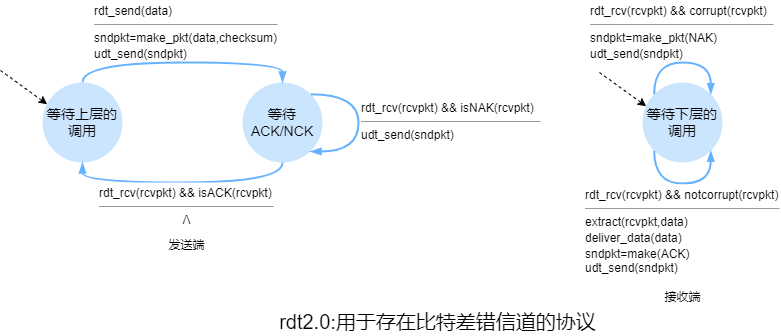
This is compute-networking/img/compute-networking_21.png from an-die-freude/computer-network-note, a draw.io export, as it was before one commit. Source tidied: cells renumbered, new cells last; positions are measured from the earlier drawing's top-left corner, leaving out a move shared by most shapes.
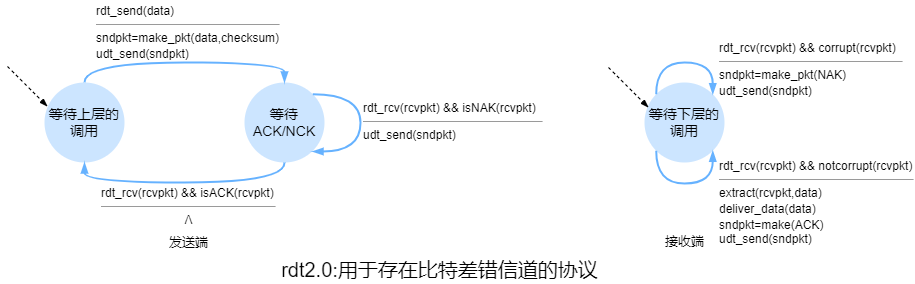
The same file after the commit.

Commit message:
compute networking

Change to the diagram source:
```diff
@@ -23,33 +23,21 @@
         </Array>
       </mxGeometry>
     </mxCell>
-    <mxCell id="7" value="&lt;p style=&quot;margin: 4px 0px 0px;&quot;&gt;rdt_rcv(rcvpkt) &amp;amp;&amp;amp; isACK(rcvpkt)&lt;/p&gt;&lt;hr size=&quot;1&quot;&gt;&lt;div style=&quot;text-align: center; height: 2px;&quot;&gt;Λ&lt;br&gt;&lt;/div&gt;" style="verticalAlign=top;align=left;overflow=fill;fontSize=12;fontFamily=Helvetica;html=1;strokeColor=none;" parent="1" vertex="1">
+    <mxCell id="7" value="&lt;p style=&quot;margin: 4px 0px 0px;&quot;&gt;rdt_rcv(rcvpkt) &amp;amp;&amp;amp; isACK(rcvpkt)&lt;/p&gt;&lt;hr size=&quot;1&quot;&gt;&lt;div style=&quot;text-align: center; height: 2px;&quot;&gt;Λ&lt;br&gt;&lt;/div&gt;" style="verticalAlign=top;align=left;overflow=fill;fontSize=12;fontFamily=Helvetica;html=1;strokeColor=none;fillColor=none;" parent="1" vertex="1">
       <mxGeometry x="98.5" y="182" width="175" height="50" as="geometry" />
     </mxCell>
-    <mxCell id="8" value="&lt;p style=&quot;margin: 4px 0px 0px;&quot;&gt;rdt_rcv(rcvpkt) &amp;amp;&amp;amp; isNAK(rcvpkt)&lt;/p&gt;&lt;hr size=&quot;1&quot;&gt;&lt;div style=&quot;height:2px;&quot;&gt;udt_send(sndpkt)&lt;/div&gt;" style="verticalAlign=top;align=left;overflow=fill;fontSize=12;fontFamily=Helvetica;html=1;strokeColor=none;" parent="1" vertex="1">
+    <mxCell id="8" value="&lt;p style=&quot;margin: 4px 0px 0px;&quot;&gt;rdt_rcv(rcvpkt) &amp;amp;&amp;amp; isNAK(rcvpkt)&lt;/p&gt;&lt;hr size=&quot;1&quot;&gt;&lt;div style=&quot;height:2px;&quot;&gt;udt_send(sndpkt)&lt;/div&gt;" style="verticalAlign=top;align=left;overflow=fill;fontSize=12;fontFamily=Helvetica;html=1;strokeColor=none;fillColor=none;" parent="1" vertex="1">
       <mxGeometry x="361" y="97" width="180" height="50" as="geometry" />
     </mxCell>
-    <mxCell id="9" value="&lt;p style=&quot;margin: 4px 0px 0px;&quot;&gt;rdt_send(data)&lt;/p&gt;&lt;hr size=&quot;1&quot;&gt;&lt;div style=&quot;height:2px;&quot;&gt;sndpkt=make_pkt(data,checksum)&lt;/div&gt;&lt;div style=&quot;height:2px;&quot;&gt;&lt;br&gt;&lt;/div&gt;&lt;div style=&quot;height:2px;&quot;&gt;&lt;br&gt;&lt;/div&gt;&lt;div style=&quot;height:2px;&quot;&gt;&lt;br&gt;&lt;/div&gt;&lt;div style=&quot;height:2px;&quot;&gt;&lt;br&gt;&lt;/div&gt;&lt;div style=&quot;height:2px;&quot;&gt;&lt;br&gt;&lt;/div&gt;&lt;div style=&quot;height:2px;&quot;&gt;&lt;br&gt;&lt;/div&gt;&lt;div style=&quot;height:2px;&quot;&gt;&lt;br&gt;&lt;/div&gt;&lt;div style=&quot;height:2px;&quot;&gt;udt_send(sndpkt)&lt;/div&gt;" style="verticalAlign=top;align=left;overflow=fill;fontSize=12;fontFamily=Helvetica;html=1;strokeColor=none;" parent="1" vertex="1">
+    <mxCell id="9" value="&lt;p style=&quot;margin: 4px 0px 0px;&quot;&gt;rdt_send(data)&lt;/p&gt;&lt;hr size=&quot;1&quot;&gt;&lt;div style=&quot;height:2px;&quot;&gt;sndpkt=make_pkt(data,checksum)&lt;/div&gt;&lt;div style=&quot;height:2px;&quot;&gt;&lt;br&gt;&lt;/div&gt;&lt;div style=&quot;height:2px;&quot;&gt;&lt;br&gt;&lt;/div&gt;&lt;div style=&quot;height:2px;&quot;&gt;&lt;br&gt;&lt;/div&gt;&lt;div style=&quot;height:2px;&quot;&gt;&lt;br&gt;&lt;/div&gt;&lt;div style=&quot;height:2px;&quot;&gt;&lt;br&gt;&lt;/div&gt;&lt;div style=&quot;height:2px;&quot;&gt;&lt;br&gt;&lt;/div&gt;&lt;div style=&quot;height:2px;&quot;&gt;&lt;br&gt;&lt;/div&gt;&lt;div style=&quot;height:2px;&quot;&gt;udt_send(sndpkt)&lt;/div&gt;" style="verticalAlign=top;align=left;overflow=fill;fontSize=12;fontFamily=Helvetica;html=1;strokeColor=none;fillColor=none;" parent="1" vertex="1">
       <mxGeometry x="94" width="184" height="60" as="geometry" />
     </mxCell>
-    <mxCell id="10" value="&lt;font style=&quot;font-size: 12px;&quot;&gt;发送端&lt;/font&gt;" style="text;html=1;align=center;verticalAlign=middle;strokeColor=none;fillColor=none;fontSize=14;" parent="1" vertex="1">
-      <mxGeometry x="163" y="232" width="46" height="23" as="geometry" />
+    <mxCell id="10" value="&lt;font style=&quot;font-size: 13px;&quot;&gt;发送端&lt;/font&gt;" style="text;html=1;align=center;verticalAlign=middle;strokeColor=none;fillColor=none;fontSize=13;" parent="1" vertex="1">
+      <mxGeometry x="161.5" y="232" width="49" height="20" as="geometry" />
     </mxCell>
     <mxCell id="11" value="等待下层的调用" style="ellipse;whiteSpace=wrap;html=1;fontSize=14;strokeColor=none;fillColor=#CCE5FF;" parent="1" vertex="1">
       <mxGeometry x="642" y="82" width="80" height="80" as="geometry" />
     </mxCell>
-    <mxCell id="12" style="endArrow=classic;html=1;fontSize=14;curved=1;entryX=0;entryY=0;entryDx=0;entryDy=0;dashed=1;" parent="1" edge="1">
-      <mxGeometry relative="1" as="geometry">
-        <mxPoint x="599" y="72" as="sourcePoint" />
-        <mxPoint x="645.7" y="105.7" as="targetPoint" />
-      </mxGeometry>
-    </mxCell>
-    <mxCell id="13" style="endArrow=classic;html=1;fontSize=14;curved=1;entryX=0;entryY=0;entryDx=0;entryDy=0;dashed=1;" parent="1" edge="1">
-      <mxGeometry relative="1" as="geometry">
-        <mxPoint y="70" as="sourcePoint" />
-        <mxPoint x="46.7" y="103.7" as="targetPoint" />
-      </mxGeometry>
-    </mxCell>
     <mxCell id="14" style="edgeStyle=orthogonalEdgeStyle;curved=1;orthogonalLoop=1;jettySize=auto;html=1;exitX=0;exitY=0;exitDx=0;exitDy=0;entryX=1;entryY=0;entryDx=0;entryDy=0;fontSize=12;endArrow=blockThin;endFill=1;strokeColor=#66B2FF;strokeWidth=2;" parent="1" edge="1" source="11" target="11">
       <mxGeometry relative="1" as="geometry">
         <Array as="points">
@@ -66,17 +54,29 @@
         </Array>
       </mxGeometry>
     </mxCell>
-    <mxCell id="16" value="&lt;p style=&quot;margin: 4px 0px 0px;&quot;&gt;rdt_rcv(rcvpkt) &amp;amp;&amp;amp; corrupt(rcvpkt)&lt;/p&gt;&lt;hr size=&quot;1&quot;&gt;&lt;div style=&quot;height:2px;&quot;&gt;sndpkt=make_pkt(NAK)&lt;/div&gt;&lt;div style=&quot;height:2px;&quot;&gt;&lt;br&gt;&lt;/div&gt;&lt;div style=&quot;height:2px;&quot;&gt;&lt;br&gt;&lt;/div&gt;&lt;div style=&quot;height:2px;&quot;&gt;&lt;br&gt;&lt;/div&gt;&lt;div style=&quot;height:2px;&quot;&gt;&lt;br&gt;&lt;/div&gt;&lt;div style=&quot;height:2px;&quot;&gt;&lt;br&gt;&lt;/div&gt;&lt;div style=&quot;height:2px;&quot;&gt;&lt;br&gt;&lt;/div&gt;&lt;div style=&quot;height:2px;&quot;&gt;&lt;br&gt;&lt;/div&gt;&lt;div style=&quot;height:2px;&quot;&gt;udt_send(sndpkt)&lt;/div&gt;" style="verticalAlign=top;align=left;overflow=fill;fontSize=12;fontFamily=Helvetica;html=1;strokeColor=none;" parent="1" vertex="1">
-      <mxGeometry x="590" width="184" height="60" as="geometry" />
+    <mxCell id="16" value="&lt;p style=&quot;margin: 4px 0px 0px;&quot;&gt;rdt_rcv(rcvpkt) &amp;amp;&amp;amp; corrupt(rcvpkt)&lt;/p&gt;&lt;hr size=&quot;1&quot;&gt;&lt;div style=&quot;height:2px;&quot;&gt;sndpkt=make_pkt(NAK)&lt;/div&gt;&lt;div style=&quot;height:2px;&quot;&gt;&lt;br&gt;&lt;/div&gt;&lt;div style=&quot;height:2px;&quot;&gt;&lt;br&gt;&lt;/div&gt;&lt;div style=&quot;height:2px;&quot;&gt;&lt;br&gt;&lt;/div&gt;&lt;div style=&quot;height:2px;&quot;&gt;&lt;br&gt;&lt;/div&gt;&lt;div style=&quot;height:2px;&quot;&gt;&lt;br&gt;&lt;/div&gt;&lt;div style=&quot;height:2px;&quot;&gt;&lt;br&gt;&lt;/div&gt;&lt;div style=&quot;height:2px;&quot;&gt;&lt;br&gt;&lt;/div&gt;&lt;div style=&quot;height:2px;&quot;&gt;udt_send(sndpkt)&lt;/div&gt;" style="verticalAlign=top;align=left;overflow=fill;fontSize=12;fontFamily=Helvetica;html=1;strokeColor=none;fillColor=none;" parent="1" vertex="1">
+      <mxGeometry x="717" y="37" width="184" height="60" as="geometry" />
     </mxCell>
-    <mxCell id="17" value="&lt;p style=&quot;margin: 4px 0px 0px;&quot;&gt;rdt_rcv(rcvpkt) &amp;amp;&amp;amp; notcorrupt(rcvpkt)&lt;/p&gt;&lt;hr size=&quot;1&quot;&gt;&lt;div style=&quot;height:2px;&quot;&gt;extract(rcvpkt,data)&lt;/div&gt;&lt;div style=&quot;height:2px;&quot;&gt;&lt;br&gt;&lt;/div&gt;&lt;div style=&quot;height:2px;&quot;&gt;&lt;br&gt;&lt;/div&gt;&lt;div style=&quot;height:2px;&quot;&gt;&lt;br&gt;&lt;/div&gt;&lt;div style=&quot;height:2px;&quot;&gt;&lt;br&gt;&lt;/div&gt;&lt;div style=&quot;height:2px;&quot;&gt;&lt;br&gt;&lt;/div&gt;&lt;div style=&quot;height:2px;&quot;&gt;&lt;br&gt;&lt;/div&gt;&lt;div style=&quot;height:2px;&quot;&gt;&lt;br&gt;&lt;/div&gt;&lt;div style=&quot;height:2px;&quot;&gt;deliver_data(data)&lt;/div&gt;&lt;div style=&quot;height:2px;&quot;&gt;&lt;br&gt;&lt;/div&gt;&lt;div style=&quot;height:2px;&quot;&gt;&lt;br&gt;&lt;/div&gt;&lt;div style=&quot;height:2px;&quot;&gt;&lt;br&gt;&lt;/div&gt;&lt;div style=&quot;height:2px;&quot;&gt;&lt;br&gt;&lt;/div&gt;&lt;div style=&quot;height:2px;&quot;&gt;&lt;br&gt;&lt;/div&gt;&lt;div style=&quot;height:2px;&quot;&gt;&lt;br&gt;&lt;/div&gt;&lt;div style=&quot;height:2px;&quot;&gt;&lt;br&gt;&lt;/div&gt;&lt;div style=&quot;height:2px;&quot;&gt;sndpkt=make(ACK)&lt;/div&gt;&lt;div style=&quot;height:2px;&quot;&gt;&lt;br&gt;&lt;/div&gt;&lt;div style=&quot;height:2px;&quot;&gt;&lt;br&gt;&lt;/div&gt;&lt;div style=&quot;height:2px;&quot;&gt;&lt;br&gt;&lt;/div&gt;&lt;div style=&quot;height:2px;&quot;&gt;&lt;br&gt;&lt;/div&gt;&lt;div style=&quot;height:2px;&quot;&gt;&lt;br&gt;&lt;/div&gt;&lt;div style=&quot;height:2px;&quot;&gt;&lt;br&gt;&lt;/div&gt;&lt;div style=&quot;height:2px;&quot;&gt;udt_send(sndpkt)&lt;/div&gt;" style="verticalAlign=top;align=left;overflow=fill;fontSize=12;fontFamily=Helvetica;html=1;strokeColor=none;" parent="1" vertex="1">
-      <mxGeometry x="584.5" y="184" width="195" height="100" as="geometry" />
+    <mxCell id="17" value="&lt;p style=&quot;margin: 4px 0px 0px;&quot;&gt;rdt_rcv(rcvpkt) &amp;amp;&amp;amp; notcorrupt(rcvpkt)&lt;/p&gt;&lt;hr size=&quot;1&quot;&gt;&lt;div style=&quot;height:2px;&quot;&gt;extract(rcvpkt,data)&lt;/div&gt;&lt;div style=&quot;height:2px;&quot;&gt;&lt;br&gt;&lt;/div&gt;&lt;div style=&quot;height:2px;&quot;&gt;&lt;br&gt;&lt;/div&gt;&lt;div style=&quot;height:2px;&quot;&gt;&lt;br&gt;&lt;/div&gt;&lt;div style=&quot;height:2px;&quot;&gt;&lt;br&gt;&lt;/div&gt;&lt;div style=&quot;height:2px;&quot;&gt;&lt;br&gt;&lt;/div&gt;&lt;div style=&quot;height:2px;&quot;&gt;&lt;br&gt;&lt;/div&gt;&lt;div style=&quot;height:2px;&quot;&gt;&lt;br&gt;&lt;/div&gt;&lt;div style=&quot;height:2px;&quot;&gt;deliver_data(data)&lt;/div&gt;&lt;div style=&quot;height:2px;&quot;&gt;&lt;br&gt;&lt;/div&gt;&lt;div style=&quot;height:2px;&quot;&gt;&lt;br&gt;&lt;/div&gt;&lt;div style=&quot;height:2px;&quot;&gt;&lt;br&gt;&lt;/div&gt;&lt;div style=&quot;height:2px;&quot;&gt;&lt;br&gt;&lt;/div&gt;&lt;div style=&quot;height:2px;&quot;&gt;&lt;br&gt;&lt;/div&gt;&lt;div style=&quot;height:2px;&quot;&gt;&lt;br&gt;&lt;/div&gt;&lt;div style=&quot;height:2px;&quot;&gt;&lt;br&gt;&lt;/div&gt;&lt;div style=&quot;height:2px;&quot;&gt;sndpkt=make(ACK)&lt;/div&gt;&lt;div style=&quot;height:2px;&quot;&gt;&lt;br&gt;&lt;/div&gt;&lt;div style=&quot;height:2px;&quot;&gt;&lt;br&gt;&lt;/div&gt;&lt;div style=&quot;height:2px;&quot;&gt;&lt;br&gt;&lt;/div&gt;&lt;div style=&quot;height:2px;&quot;&gt;&lt;br&gt;&lt;/div&gt;&lt;div style=&quot;height:2px;&quot;&gt;&lt;br&gt;&lt;/div&gt;&lt;div style=&quot;height:2px;&quot;&gt;&lt;br&gt;&lt;/div&gt;&lt;div style=&quot;height:2px;&quot;&gt;udt_send(sndpkt)&lt;/div&gt;" style="verticalAlign=top;align=left;overflow=fill;fontSize=12;fontFamily=Helvetica;html=1;strokeColor=none;fillColor=none;" parent="1" vertex="1">
+      <mxGeometry x="717" y="155" width="195" height="100" as="geometry" />
     </mxCell>
-    <mxCell id="18" value="&lt;font style=&quot;font-size: 12px;&quot;&gt;接收端&lt;/font&gt;" style="text;html=1;align=center;verticalAlign=middle;strokeColor=none;fillColor=none;fontSize=14;" parent="1" vertex="1">
-      <mxGeometry x="659" y="284" width="46" height="23" as="geometry" />
+    <mxCell id="18" value="&lt;font style=&quot;font-size: 13px;&quot;&gt;接收端&lt;/font&gt;" style="text;html=1;align=center;verticalAlign=middle;strokeColor=none;fillColor=none;fontSize=14;" parent="1" vertex="1">
+      <mxGeometry x="657.5" y="230" width="49" height="22" as="geometry" />
     </mxCell>
     <mxCell id="19" value="rdt2.0:用于存在比特差错信道的协议" style="text;html=1;align=center;verticalAlign=middle;strokeColor=none;fillColor=none;fontSize=20;" parent="1" vertex="1">
-      <mxGeometry x="273.5" y="307" width="327" height="28" as="geometry" />
+      <mxGeometry x="273.5" y="255" width="327" height="28" as="geometry" />
     </mxCell>
+    <mxCell id="20" style="endArrow=blockThin;html=1;rounded=0;dashed=1;endFill=1;" parent="1" edge="1">
+      <mxGeometry relative="1" as="geometry">
+        <mxPoint x="606" y="67" as="sourcePoint" />
+        <mxPoint x="646" y="107" as="targetPoint" />
+      </mxGeometry>
+    </mxCell>
+    <mxCell id="21" style="endArrow=blockThin;html=1;rounded=0;dashed=1;endFill=1;" parent="1" edge="1">
+      <mxGeometry relative="1" as="geometry">
+        <mxPoint x="5" y="66" as="sourcePoint" />
+        <mxPoint x="45" y="106" as="targetPoint" />
+      </mxGeometry>
+    </mxCell>
   </root>
 </mxGraphModel>
```
